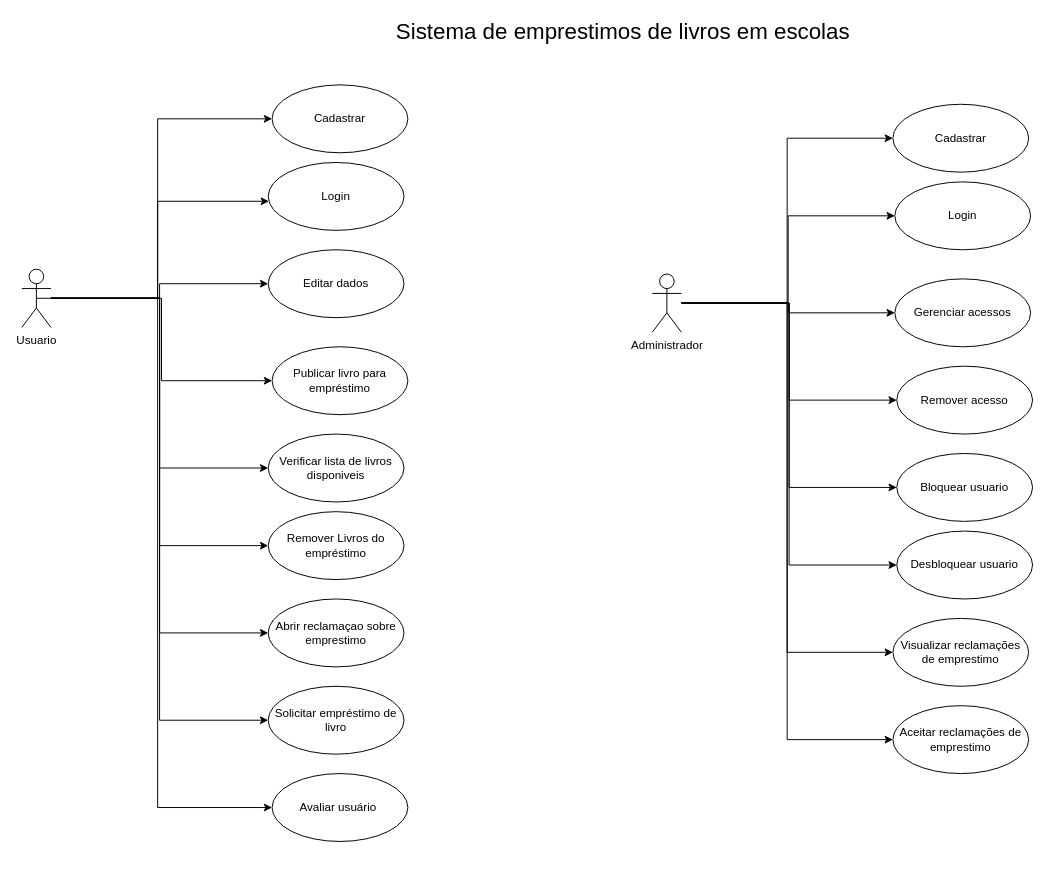
Earlier version of the draw.io diagram page "Caso de uso" (1 of 4) of Diagramas/Diagramas.drawio (Raphael0305/Fatec-PI). Source tidied: cells renumbered, new cells numbered last; positions are measured from the earlier drawing's top-left corner, leaving out a move shared by most shapes. Both pictures are drawn from the tidied source at 97%, with x=0, y=0 at pixel (21, 16).
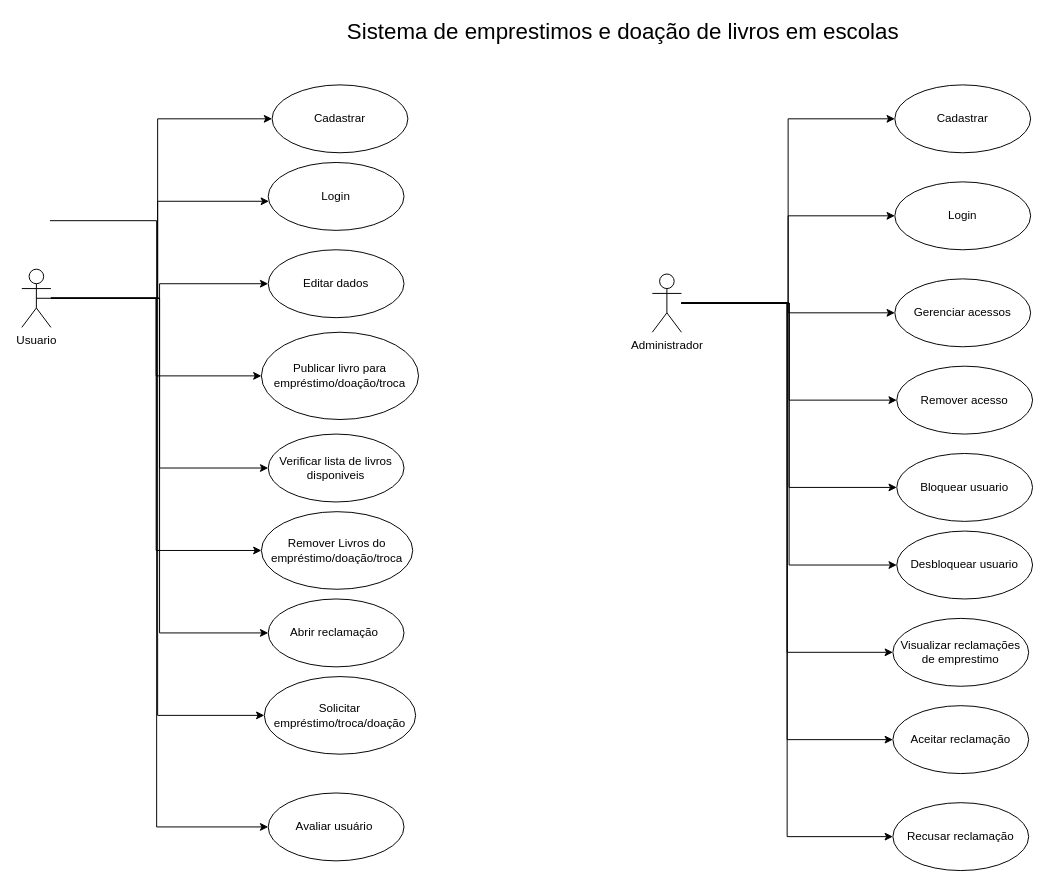
The same diagram, later.

The change refers to these unchanged cells:
```xml
<mxCell id="11" value="Usuario" style="shape=umlActor;verticalLabelPosition=bottom;verticalAlign=top;html=1;" parent="1" vertex="1">
  <mxGeometry y="260" width="30" height="60" as="geometry" />
</mxCell>
<mxCell id="20" value="Administrador" style="shape=umlActor;verticalLabelPosition=bottom;verticalAlign=top;html=1;" parent="1" vertex="1">
  <mxGeometry x="650" y="265" width="30" height="60" as="geometry" />
</mxCell>
```

Diff of the diagram source:
```diff
@@
-    <mxCell id="2" style="edgeStyle=orthogonalEdgeStyle;rounded=0;jettySize=auto;html=1;entryX=0;entryY=0.5;entryDx=0;entryDy=0;" parent="1" edge="1" source="11" target="23">
-      <mxGeometry relative="1" as="geometry">
-        <Array as="points">
-          <mxPoint x="140" y="290" />
-          <mxPoint x="140" y="105" />
-        </Array>
-      </mxGeometry>
-    </mxCell>
-    <mxCell id="3" style="edgeStyle=orthogonalEdgeStyle;rounded=0;jettySize=auto;html=1;" parent="1" edge="1" source="11" target="22">
-      <mxGeometry relative="1" as="geometry">
-        <Array as="points">
-          <mxPoint x="140" y="290" />
-          <mxPoint x="140" y="190" />
-        </Array>
-      </mxGeometry>
-    </mxCell>
-    <mxCell id="4" style="edgeStyle=orthogonalEdgeStyle;rounded=0;jettySize=auto;html=1;entryX=0;entryY=0.5;entryDx=0;entryDy=0;" parent="1" edge="1" source="11" target="24">
-      <mxGeometry relative="1" as="geometry" />
-    </mxCell>
+    <mxCell id="39" style="edgeStyle=orthogonalEdgeStyle;rounded=0;jettySize=auto;html=1;entryX=0;entryY=0.5;entryDx=0;entryDy=0;" parent="1" edge="1" source="11" target="51">
+      <mxGeometry relative="1" as="geometry">
+        <Array as="points">
+          <mxPoint x="140" y="290" />
+          <mxPoint x="140" y="105" />
+        </Array>
+      </mxGeometry>
+    </mxCell>
+    <mxCell id="40" style="edgeStyle=orthogonalEdgeStyle;rounded=0;jettySize=auto;html=1;" parent="1" edge="1" source="11" target="50">
+      <mxGeometry relative="1" as="geometry">
+        <Array as="points">
+          <mxPoint x="140" y="290" />
+          <mxPoint x="140" y="190" />
+        </Array>
+      </mxGeometry>
+    </mxCell>
+    <mxCell id="41" style="edgeStyle=orthogonalEdgeStyle;rounded=0;jettySize=auto;html=1;entryX=0;entryY=0.5;entryDx=0;entryDy=0;" parent="1" edge="1" source="11" target="52">
+      <mxGeometry relative="1" as="geometry" />
+    </mxCell>
@@
-    <mxCell id="6" style="edgeStyle=orthogonalEdgeStyle;rounded=0;jettySize=auto;html=1;entryX=0;entryY=0.5;entryDx=0;entryDy=0;" parent="1" edge="1" source="11" target="25">
-      <mxGeometry relative="1" as="geometry" />
-    </mxCell>
-    <mxCell id="7" style="edgeStyle=orthogonalEdgeStyle;rounded=0;jettySize=auto;html=1;exitX=0.5;exitY=0.5;exitDx=0;exitDy=0;exitPerimeter=0;entryX=0;entryY=0.5;entryDx=0;entryDy=0;" parent="1" edge="1" source="11" target="26">
-      <mxGeometry relative="1" as="geometry" />
-    </mxCell>
-    <mxCell id="8" style="edgeStyle=orthogonalEdgeStyle;rounded=0;jettySize=auto;html=1;entryX=0;entryY=0.5;entryDx=0;entryDy=0;" parent="1" edge="1" source="11" target="28">
-      <mxGeometry relative="1" as="geometry">
-        <Array as="points">
-          <mxPoint x="140" y="290" />
-          <mxPoint x="140" y="815" />
-        </Array>
-      </mxGeometry>
-    </mxCell>
+    <mxCell id="42" style="edgeStyle=orthogonalEdgeStyle;rounded=0;jettySize=auto;html=1;entryX=0;entryY=0.5;entryDx=0;entryDy=0;" parent="1" edge="1" source="11" target="53">
+      <mxGeometry relative="1" as="geometry" />
+    </mxCell>
+    <mxCell id="43" style="edgeStyle=orthogonalEdgeStyle;rounded=0;jettySize=auto;html=1;exitX=0.5;exitY=0.5;exitDx=0;exitDy=0;exitPerimeter=0;entryX=0;entryY=0.5;entryDx=0;entryDy=0;" parent="1" edge="1" source="11" target="54">
+      <mxGeometry relative="1" as="geometry" />
+    </mxCell>
+    <mxCell id="44" style="edgeStyle=orthogonalEdgeStyle;rounded=0;jettySize=auto;html=1;entryX=0;entryY=0.5;entryDx=0;entryDy=0;" parent="1" edge="1" target="28">
+      <mxGeometry relative="1" as="geometry">
+        <mxPoint x="29" y="210" as="sourcePoint" />
+        <Array as="points">
+          <mxPoint x="139" y="210" />
+          <mxPoint x="139" y="835" />
+        </Array>
+      </mxGeometry>
+    </mxCell>
@@
-    <mxCell id="10" style="edgeStyle=orthogonalEdgeStyle;rounded=0;jettySize=auto;html=1;entryX=0;entryY=0.5;entryDx=0;entryDy=0;" parent="1" edge="1" source="11" target="32">
-      <mxGeometry relative="1" as="geometry" />
-    </mxCell>
+    <mxCell id="45" style="edgeStyle=orthogonalEdgeStyle;rounded=0;jettySize=auto;html=1;entryX=0;entryY=0.5;entryDx=0;entryDy=0;" parent="1" edge="1" source="11" target="55">
+      <mxGeometry relative="1" as="geometry" />
+    </mxCell>
@@
-    <mxCell id="16" style="edgeStyle=orthogonalEdgeStyle;rounded=0;jettySize=auto;html=1;entryX=0;entryY=0.5;entryDx=0;entryDy=0;" parent="1" edge="1" source="20" target="34">
-      <mxGeometry relative="1" as="geometry" />
-    </mxCell>
-    <mxCell id="17" style="edgeStyle=orthogonalEdgeStyle;rounded=0;jettySize=auto;html=1;entryX=0;entryY=0.5;entryDx=0;entryDy=0;" parent="1" edge="1" source="20" target="36">
-      <mxGeometry relative="1" as="geometry" />
-    </mxCell>
-    <mxCell id="18" style="edgeStyle=orthogonalEdgeStyle;rounded=0;jettySize=auto;html=1;entryX=0;entryY=0.5;entryDx=0;entryDy=0;" parent="1" edge="1" source="20" target="37">
-      <mxGeometry relative="1" as="geometry">
-        <Array as="points">
-          <mxPoint x="790" y="295" />
-          <mxPoint x="790" y="205" />
-        </Array>
-      </mxGeometry>
-    </mxCell>
+    <mxCell id="46" style="edgeStyle=orthogonalEdgeStyle;rounded=0;jettySize=auto;html=1;entryX=0;entryY=0.5;entryDx=0;entryDy=0;" parent="1" edge="1" source="20" target="56">
+      <mxGeometry relative="1" as="geometry" />
+    </mxCell>
+    <mxCell id="47" style="edgeStyle=orthogonalEdgeStyle;rounded=0;jettySize=auto;html=1;entryX=0;entryY=0.5;entryDx=0;entryDy=0;" parent="1" edge="1" source="20" target="58">
+      <mxGeometry relative="1" as="geometry" />
+    </mxCell>
+    <mxCell id="48" style="edgeStyle=orthogonalEdgeStyle;rounded=0;jettySize=auto;html=1;entryX=0;entryY=0.5;entryDx=0;entryDy=0;" parent="1" edge="1" source="20" target="59">
+      <mxGeometry relative="1" as="geometry">
+        <Array as="points">
+          <mxPoint x="790" y="295" />
+          <mxPoint x="790" y="205" />
+        </Array>
+      </mxGeometry>
+    </mxCell>
@@
+    <mxCell id="49" style="edgeStyle=orthogonalEdgeStyle;rounded=0;jettySize=auto;html=1;entryX=0;entryY=0.5;entryDx=0;entryDy=0;" parent="1" edge="1" source="20" target="60">
+      <mxGeometry relative="1" as="geometry" />
+    </mxCell>
@@
-    <mxCell id="22" value="Login" style="ellipse;whiteSpace=wrap;html=1;" parent="1" vertex="1">
-      <mxGeometry x="254" y="150" width="140" height="70" as="geometry" />
-    </mxCell>
-    <mxCell id="23" value="Cadastrar" style="ellipse;whiteSpace=wrap;html=1;" parent="1" vertex="1">
-      <mxGeometry x="258" y="70" width="140" height="70" as="geometry" />
-    </mxCell>
-    <mxCell id="24" value="Publicar livro para empréstimo" style="ellipse;whiteSpace=wrap;html=1;" parent="1" vertex="1">
-      <mxGeometry x="258" y="340" width="140" height="70" as="geometry" />
-    </mxCell>
-    <mxCell id="25" value="Remover Livros do empréstimo" style="ellipse;whiteSpace=wrap;html=1;" parent="1" vertex="1">
-      <mxGeometry x="254" y="510" width="140" height="70" as="geometry" />
-    </mxCell>
-    <mxCell id="26" value="Solicitar empréstimo de livro" style="ellipse;whiteSpace=wrap;html=1;" parent="1" vertex="1">
-      <mxGeometry x="254" y="690" width="140" height="70" as="geometry" />
-    </mxCell>
+    <mxCell id="50" value="Login" style="ellipse;whiteSpace=wrap;html=1;" parent="1" vertex="1">
+      <mxGeometry x="254" y="150" width="140" height="70" as="geometry" />
+    </mxCell>
+    <mxCell id="51" value="Cadastrar" style="ellipse;whiteSpace=wrap;html=1;" parent="1" vertex="1">
+      <mxGeometry x="258" y="70" width="140" height="70" as="geometry" />
+    </mxCell>
+    <mxCell id="52" value="Publicar livro para empréstimo/doação/troca" style="ellipse;whiteSpace=wrap;html=1;" parent="1" vertex="1">
+      <mxGeometry x="247" y="325" width="162" height="90" as="geometry" />
+    </mxCell>
+    <mxCell id="53" value="Remover Livros do empréstimo/doação/troca" style="ellipse;whiteSpace=wrap;html=1;" parent="1" vertex="1">
+      <mxGeometry x="247" y="510" width="156" height="80" as="geometry" />
+    </mxCell>
+    <mxCell id="54" value="Solicitar empréstimo/troca/doação" style="ellipse;whiteSpace=wrap;html=1;" parent="1" vertex="1">
+      <mxGeometry x="250" y="680" width="156" height="80" as="geometry" />
+    </mxCell>
@@
     <mxCell id="28" value="Avaliar usuário&amp;nbsp;" style="ellipse;whiteSpace=wrap;html=1;" parent="1" vertex="1">
-      <mxGeometry x="258" y="780" width="140" height="70" as="geometry" />
+      <mxGeometry x="254" y="800" width="140" height="70" as="geometry" />
     </mxCell>
@@
-    <mxCell id="32" value="Abrir reclamaçao sobre emprestimo" style="ellipse;whiteSpace=wrap;html=1;" parent="1" vertex="1">
-      <mxGeometry x="254" y="600" width="140" height="70" as="geometry" />
-    </mxCell>
+    <mxCell id="55" value="Abrir reclamação&amp;nbsp;" style="ellipse;whiteSpace=wrap;html=1;" parent="1" vertex="1">
+      <mxGeometry x="254" y="600" width="140" height="70" as="geometry" />
+    </mxCell>
@@
-    <mxCell id="34" value="Aceitar reclamações de emprestimo" style="ellipse;whiteSpace=wrap;html=1;" parent="1" vertex="1">
-      <mxGeometry x="898" y="710" width="140" height="70" as="geometry" />
-    </mxCell>
-    <mxCell id="35" value="&lt;font style=&quot;font-size: 23px;&quot;&gt;Sistema de emprestimos de livros em escolas&lt;/font&gt;" style="text;html=1;align=center;verticalAlign=middle;whiteSpace=wrap;rounded=0;" parent="1" vertex="1">
-      <mxGeometry x="350" width="540" height="30" as="geometry" />
-    </mxCell>
-    <mxCell id="36" value="Cadastrar" style="ellipse;whiteSpace=wrap;html=1;" parent="1" vertex="1">
-      <mxGeometry x="898" y="90" width="140" height="70" as="geometry" />
-    </mxCell>
-    <mxCell id="37" value="Login" style="ellipse;whiteSpace=wrap;html=1;" parent="1" vertex="1">
-      <mxGeometry x="900" y="170" width="140" height="70" as="geometry" />
-    </mxCell>
+    <mxCell id="56" value="Aceitar reclamação" style="ellipse;whiteSpace=wrap;html=1;" parent="1" vertex="1">
+      <mxGeometry x="898" y="710" width="140" height="70" as="geometry" />
+    </mxCell>
+    <mxCell id="57" value="&lt;font style=&quot;font-size: 23px;&quot;&gt;Sistema de emprestimos e doação de livros em escolas&lt;/font&gt;" style="text;html=1;align=center;verticalAlign=middle;whiteSpace=wrap;rounded=0;" parent="1" vertex="1">
+      <mxGeometry x="290" width="660" height="30" as="geometry" />
+    </mxCell>
+    <mxCell id="58" value="Cadastrar" style="ellipse;whiteSpace=wrap;html=1;" parent="1" vertex="1">
+      <mxGeometry x="900" y="70" width="140" height="70" as="geometry" />
+    </mxCell>
+    <mxCell id="59" value="Login" style="ellipse;whiteSpace=wrap;html=1;" parent="1" vertex="1">
+      <mxGeometry x="900" y="170" width="140" height="70" as="geometry" />
+    </mxCell>
@@
+    <mxCell id="60" value="Recusar reclamação" style="ellipse;whiteSpace=wrap;html=1;" parent="1" vertex="1">
+      <mxGeometry x="898" y="810" width="140" height="70" as="geometry" />
+    </mxCell>
```
